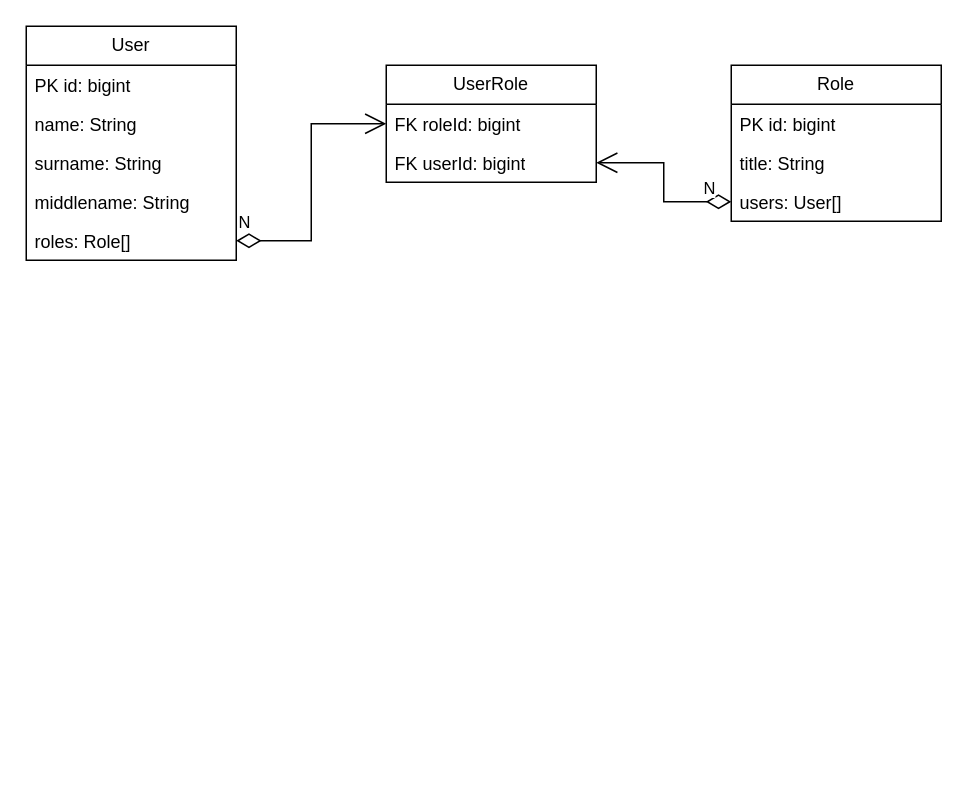
This is class.drawio from StanEkso/kanban-projecting, a draw.io file, before an edit. Source tidied: cells renumbered, new cells numbered last; positions are measured from the earlier drawing's top-left corner, leaving out a move shared by most shapes. Both pictures are drawn from the tidied source at 150%, with x=0, y=0 at pixel (26, 26).
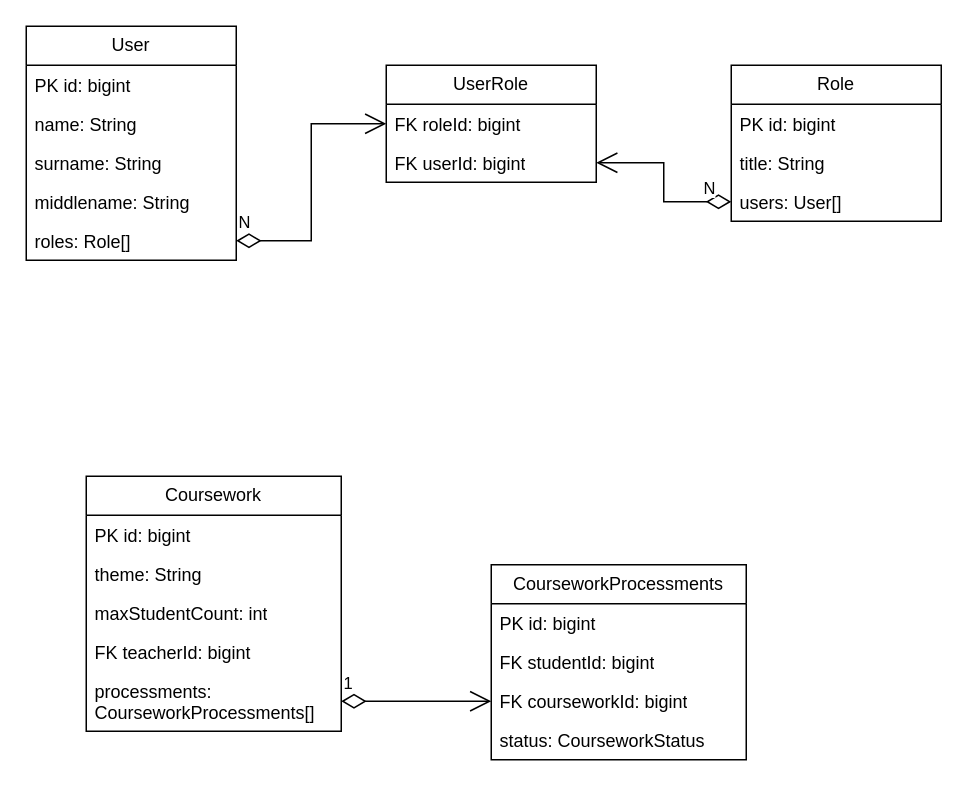
Above is the later version.

The edit, as a diff of the source:
```diff
@@
+    <mxCell id="17" value="Coursework" style="swimlane;fontStyle=0;horizontal=1;startSize=26;fillColor=none;whiteSpace=wrap;html=1;" parent="1" vertex="1">
+      <mxGeometry x="40" y="300" width="170" height="170" as="geometry" />
+    </mxCell>
+    <mxCell id="18" value="PK id: bigint" style="text;strokeColor=none;fillColor=none;align=left;verticalAlign=top;spacingLeft=4;spacingRight=4;overflow=hidden;whiteSpace=wrap;html=1;" parent="17" vertex="1">
+      <mxGeometry y="26" width="170" height="26" as="geometry" />
+    </mxCell>
+    <mxCell id="19" value="theme: String" style="text;strokeColor=none;fillColor=none;align=left;verticalAlign=top;spacingLeft=4;spacingRight=4;overflow=hidden;whiteSpace=wrap;html=1;" parent="17" vertex="1">
+      <mxGeometry y="52" width="170" height="26" as="geometry" />
+    </mxCell>
+    <mxCell id="20" value="maxStudentCount: int" style="text;strokeColor=none;fillColor=none;align=left;verticalAlign=top;spacingLeft=4;spacingRight=4;overflow=hidden;whiteSpace=wrap;html=1;" parent="17" vertex="1">
+      <mxGeometry y="78" width="170" height="26" as="geometry" />
+    </mxCell>
+    <mxCell id="21" value="FK teacherId: bigint" style="text;strokeColor=none;fillColor=none;align=left;verticalAlign=top;spacingLeft=4;spacingRight=4;overflow=hidden;whiteSpace=wrap;html=1;" parent="17" vertex="1">
+      <mxGeometry y="104" width="170" height="26" as="geometry" />
+    </mxCell>
+    <mxCell id="22" value="processments: CourseworkProcessments[]" style="text;strokeColor=none;fillColor=none;align=left;verticalAlign=top;spacingLeft=4;spacingRight=4;overflow=hidden;points=[[0,0.5],[1,0.5]];portConstraint=eastwest;whiteSpace=wrap;html=1;" parent="17" vertex="1">
+      <mxGeometry y="130" width="170" height="40" as="geometry" />
+    </mxCell>
+    <mxCell id="23" value="CourseworkProcessments" style="swimlane;fontStyle=0;horizontal=1;startSize=26;fillColor=none;whiteSpace=wrap;html=1;" parent="1" vertex="1">
+      <mxGeometry x="310" y="359" width="170" height="130" as="geometry" />
+    </mxCell>
+    <mxCell id="24" value="PK id: bigint" style="text;strokeColor=none;fillColor=none;align=left;verticalAlign=top;spacingLeft=4;spacingRight=4;overflow=hidden;whiteSpace=wrap;html=1;" parent="23" vertex="1">
+      <mxGeometry y="26" width="170" height="26" as="geometry" />
+    </mxCell>
+    <mxCell id="25" value="FK studentId: bigint" style="text;strokeColor=none;fillColor=none;align=left;verticalAlign=top;spacingLeft=4;spacingRight=4;overflow=hidden;whiteSpace=wrap;html=1;" parent="23" vertex="1">
+      <mxGeometry y="52" width="170" height="26" as="geometry" />
+    </mxCell>
+    <mxCell id="26" value="FK courseworkId: bigint" style="text;strokeColor=none;fillColor=none;align=left;verticalAlign=top;spacingLeft=4;spacingRight=4;overflow=hidden;points=[[0,0.5],[1,0.5]];portConstraint=eastwest;whiteSpace=wrap;html=1;" parent="23" vertex="1">
+      <mxGeometry y="78" width="170" height="26" as="geometry" />
+    </mxCell>
+    <mxCell id="27" value="status: CourseworkStatus" style="text;strokeColor=none;fillColor=none;align=left;verticalAlign=top;spacingLeft=4;spacingRight=4;overflow=hidden;whiteSpace=wrap;html=1;" parent="23" vertex="1">
+      <mxGeometry y="104" width="170" height="26" as="geometry" />
+    </mxCell>
+    <mxCell id="28" value="1" style="endArrow=open;html=1;endSize=12;startArrow=diamondThin;startSize=14;startFill=0;edgeStyle=orthogonalEdgeStyle;align=left;verticalAlign=bottom;rounded=0;" parent="1" edge="1" source="22" target="26">
+      <mxGeometry x="-1" y="3" relative="1" as="geometry" />
+    </mxCell>
```
